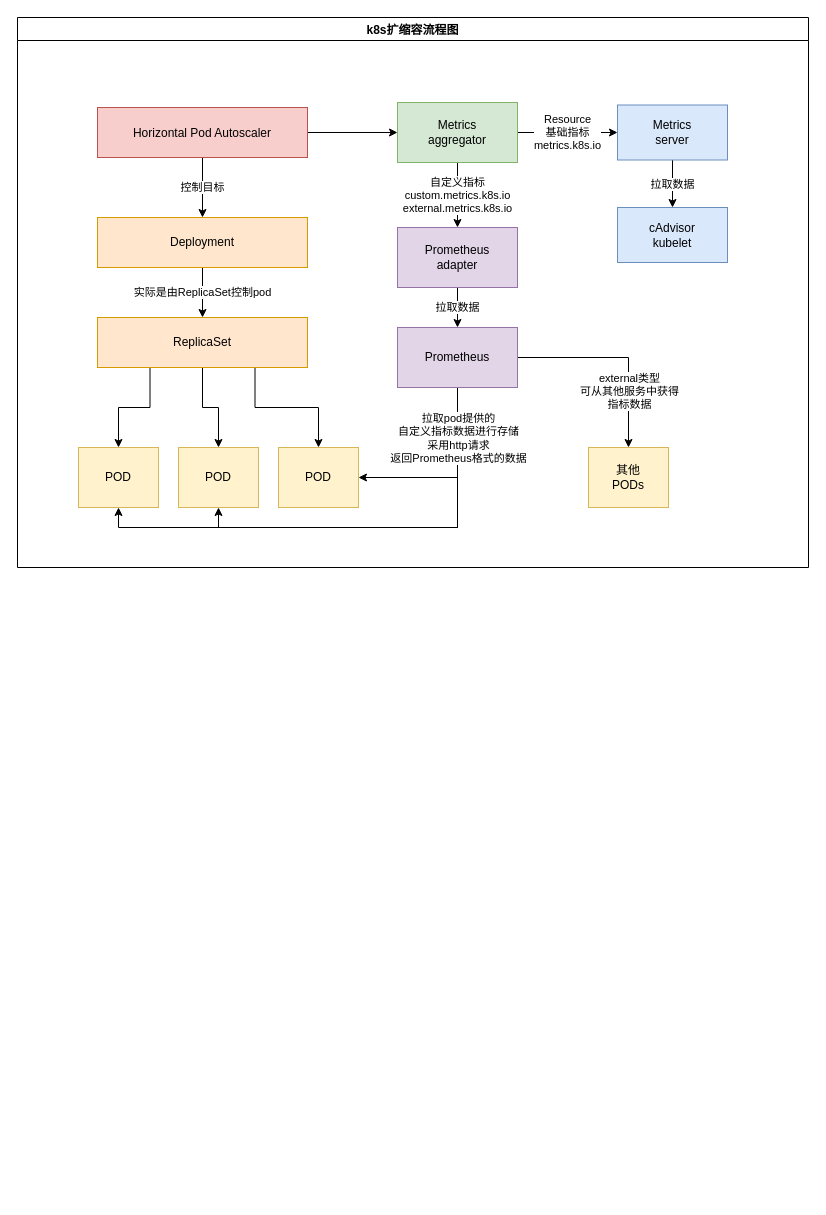
Sycjyy/myshare keeps this draw.io diagram as page "K8S-扩缩容" (6 of 6) of Untitled Diagram.drawio. Above is the earlier version. Source tidied: cells renumbered, new cells numbered last; positions are measured from the earlier drawing's top-left corner, leaving out a move shared by most shapes. Both pictures are drawn from the tidied source at 100%, with x=0, y=0 at pixel (17, 17).
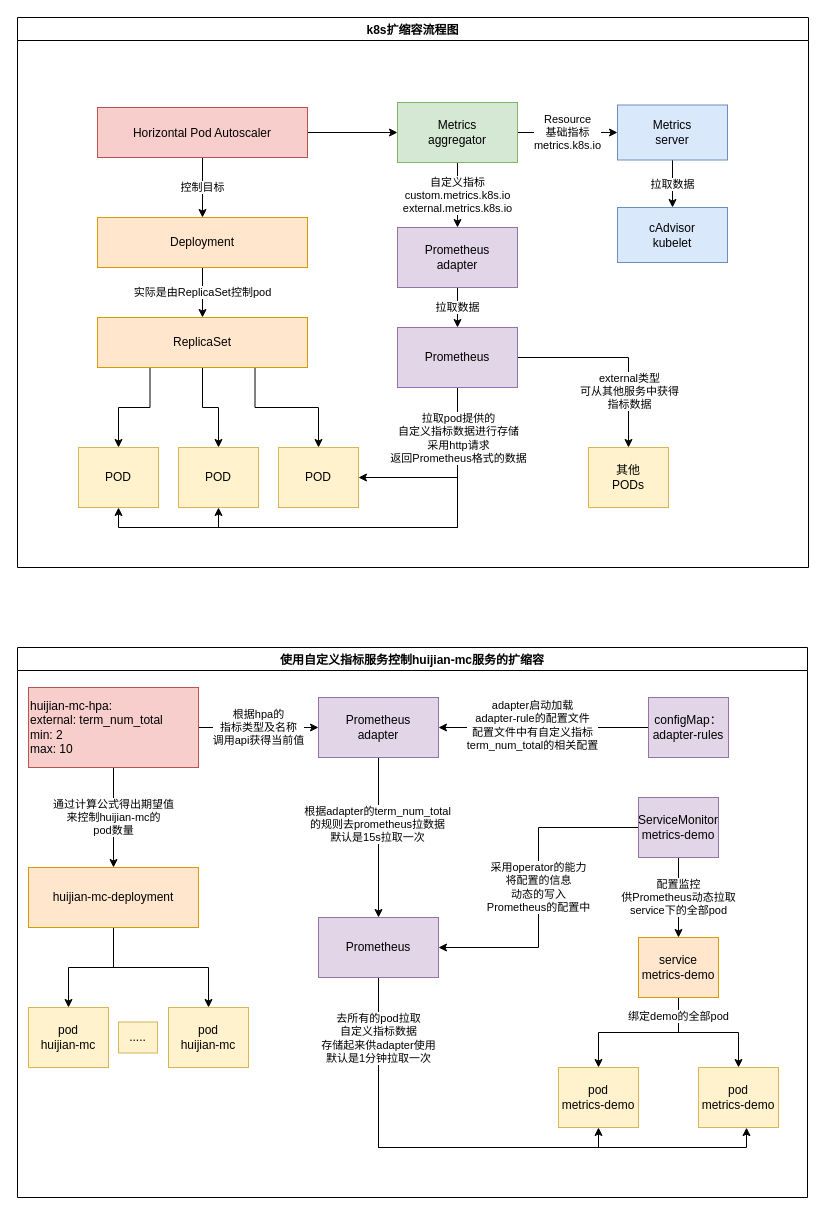
Above is the later version.

Change to the diagram source:
```diff
@@
+    <mxCell id="31" value="使用自定义指标服务控制huijian-mc服务的扩缩容" style="swimlane;" parent="1" vertex="1">
+      <mxGeometry y="630" width="790" height="550" as="geometry" />
+    </mxCell>
+    <mxCell id="32" value="通过计算公式得出期望值&lt;br&gt;来控制huijian-mc的&lt;br&gt;pod数量" style="edgeStyle=orthogonalEdgeStyle;rounded=0;jettySize=auto;html=1;exitX=0.5;exitY=1;exitDx=0;exitDy=0;entryX=0.5;entryY=0;entryDx=0;entryDy=0;" parent="31" edge="1" source="34" target="37">
+      <mxGeometry relative="1" as="geometry" />
+    </mxCell>
+    <mxCell id="33" value="根据hpa的&lt;br&gt;指标类型及名称&lt;br&gt;调用api获得当前值" style="edgeStyle=orthogonalEdgeStyle;rounded=0;jettySize=auto;html=1;exitX=1;exitY=0.5;exitDx=0;exitDy=0;entryX=0;entryY=0.5;entryDx=0;entryDy=0;" parent="31" edge="1" source="34" target="40">
+      <mxGeometry relative="1" as="geometry" />
+    </mxCell>
+    <mxCell id="34" value="huijian-mc-hpa:&lt;br&gt;external: term_num_total&lt;br&gt;min: 2&lt;br&gt;max: 10" style="rounded=0;whiteSpace=wrap;html=1;fillColor=#f8cecc;strokeColor=#b85450;align=left;" parent="31" vertex="1">
+      <mxGeometry x="11" y="40" width="170" height="80" as="geometry" />
+    </mxCell>
+    <mxCell id="35" style="edgeStyle=orthogonalEdgeStyle;rounded=0;jettySize=auto;html=1;exitX=0.5;exitY=1;exitDx=0;exitDy=0;" parent="31" edge="1" source="37" target="55">
+      <mxGeometry relative="1" as="geometry" />
+    </mxCell>
+    <mxCell id="36" style="edgeStyle=orthogonalEdgeStyle;rounded=0;jettySize=auto;html=1;exitX=0.5;exitY=1;exitDx=0;exitDy=0;" parent="31" edge="1" source="37" target="56">
+      <mxGeometry relative="1" as="geometry" />
+    </mxCell>
+    <mxCell id="37" value="huijian-mc-deployment" style="rounded=0;whiteSpace=wrap;html=1;fillColor=#ffe6cc;strokeColor=#d79b00;" parent="31" vertex="1">
+      <mxGeometry x="11" y="220" width="170" height="60" as="geometry" />
+    </mxCell>
+    <mxCell id="38" style="edgeStyle=orthogonalEdgeStyle;rounded=0;jettySize=auto;html=1;exitX=0.5;exitY=1;exitDx=0;exitDy=0;" parent="31" edge="1" source="40" target="43">
+      <mxGeometry relative="1" as="geometry" />
+    </mxCell>
+    <mxCell id="39" value="根据adapter的term_num_total&lt;br&gt;的规则去prometheus拉数据&lt;br&gt;默认是15s拉取一次" style="edgeLabel;html=1;align=center;verticalAlign=middle;" parent="38" vertex="1">
+      <mxGeometry x="-0.18" y="-2" relative="1" as="geometry" />
+    </mxCell>
+    <mxCell id="40" value="Prometheus&lt;br&gt;adapter" style="rounded=0;whiteSpace=wrap;html=1;fillColor=#e1d5e7;strokeColor=#9673a6;" parent="31" vertex="1">
+      <mxGeometry x="301" y="50" width="120" height="60" as="geometry" />
+    </mxCell>
+    <mxCell id="41" style="edgeStyle=orthogonalEdgeStyle;rounded=0;jettySize=auto;html=1;exitX=0.5;exitY=1;exitDx=0;exitDy=0;entryX=0.5;entryY=1;entryDx=0;entryDy=0;" parent="31" edge="1" source="43" target="47">
+      <mxGeometry relative="1" as="geometry" />
+    </mxCell>
+    <mxCell id="42" value="去所有的pod拉取&lt;br&gt;自定义指标数据&lt;br&gt;存储起来供adapter使用&lt;br&gt;默认是1分钟拉取一次" style="edgeStyle=orthogonalEdgeStyle;rounded=0;jettySize=auto;html=1;exitX=0.5;exitY=1;exitDx=0;exitDy=0;entryX=0.6;entryY=1.002;entryDx=0;entryDy=0;entryPerimeter=0;" parent="31" edge="1" source="43" target="48">
+      <mxGeometry x="-0.78" relative="1" as="geometry" />
+    </mxCell>
+    <mxCell id="43" value="Prometheus" style="rounded=0;whiteSpace=wrap;html=1;fillColor=#e1d5e7;strokeColor=#9673a6;" parent="31" vertex="1">
+      <mxGeometry x="301" y="270" width="120" height="60" as="geometry" />
+    </mxCell>
+    <mxCell id="44" style="edgeStyle=orthogonalEdgeStyle;rounded=0;jettySize=auto;html=1;exitX=0.5;exitY=1;exitDx=0;exitDy=0;entryX=0.5;entryY=0;entryDx=0;entryDy=0;" parent="31" edge="1" source="46" target="47">
+      <mxGeometry relative="1" as="geometry" />
+    </mxCell>
+    <mxCell id="45" value="绑定demo的全部pod" style="edgeStyle=orthogonalEdgeStyle;rounded=0;jettySize=auto;html=1;exitX=0.5;exitY=1;exitDx=0;exitDy=0;entryX=0.5;entryY=0;entryDx=0;entryDy=0;" parent="31" edge="1" source="46" target="48">
+      <mxGeometry x="-0.71" relative="1" as="geometry" />
+    </mxCell>
+    <mxCell id="46" value="service&lt;br&gt;metrics-demo" style="rounded=0;whiteSpace=wrap;html=1;fillColor=#ffe6cc;strokeColor=#d79b00;" parent="31" vertex="1">
+      <mxGeometry x="621" y="290" width="80" height="60" as="geometry" />
+    </mxCell>
+    <mxCell id="47" value="pod&lt;br&gt;metrics-demo" style="rounded=0;whiteSpace=wrap;html=1;fillColor=#fff2cc;strokeColor=#d6b656;" parent="31" vertex="1">
+      <mxGeometry x="541" y="420" width="80" height="60" as="geometry" />
+    </mxCell>
+    <mxCell id="48" value="pod&lt;br&gt;metrics-demo" style="rounded=0;whiteSpace=wrap;html=1;fillColor=#fff2cc;strokeColor=#d6b656;" parent="31" vertex="1">
+      <mxGeometry x="681" y="420" width="80" height="60" as="geometry" />
+    </mxCell>
+    <mxCell id="49" value="配置监控&lt;br&gt;供Prometheus动态拉取&lt;br&gt;service下的全部pod" style="edgeStyle=orthogonalEdgeStyle;rounded=0;jettySize=auto;html=1;exitX=0.5;exitY=1;exitDx=0;exitDy=0;" parent="31" edge="1" source="51" target="46">
+      <mxGeometry relative="1" as="geometry" />
+    </mxCell>
+    <mxCell id="50" value="采用operator的能力&lt;br&gt;将配置的信息&lt;br&gt;动态的写入&lt;br&gt;Prometheus的配置中" style="edgeStyle=orthogonalEdgeStyle;rounded=0;jettySize=auto;html=1;exitX=0;exitY=0.5;exitDx=0;exitDy=0;entryX=1;entryY=0.5;entryDx=0;entryDy=0;" parent="31" edge="1" source="51" target="43">
+      <mxGeometry relative="1" as="geometry" />
+    </mxCell>
+    <mxCell id="51" value="ServiceMonitor&lt;br&gt;metrics-demo" style="rounded=0;whiteSpace=wrap;html=1;fillColor=#e1d5e7;strokeColor=#9673a6;" parent="31" vertex="1">
+      <mxGeometry x="621" y="150" width="80" height="60" as="geometry" />
+    </mxCell>
+    <mxCell id="52" style="edgeStyle=orthogonalEdgeStyle;rounded=0;jettySize=auto;html=1;exitX=0;exitY=0.5;exitDx=0;exitDy=0;entryX=1;entryY=0.5;entryDx=0;entryDy=0;" parent="31" edge="1" source="54" target="40">
+      <mxGeometry relative="1" as="geometry" />
+    </mxCell>
+    <mxCell id="53" value="adapter启动加载&lt;br&gt;adapter-rule的配置文件&lt;br&gt;配置文件中有自定义指标&lt;br&gt;term_num_total的相关配置" style="edgeLabel;html=1;align=center;verticalAlign=middle;" parent="52" vertex="1">
+      <mxGeometry x="0.11" y="-3" relative="1" as="geometry" />
+    </mxCell>
+    <mxCell id="54" value="configMap：&lt;br&gt;adapter-rules" style="rounded=0;whiteSpace=wrap;html=1;fillColor=#e1d5e7;strokeColor=#9673a6;" parent="31" vertex="1">
+      <mxGeometry x="631" y="50" width="80" height="60" as="geometry" />
+    </mxCell>
+    <mxCell id="55" value="pod&lt;br&gt;huijian-mc" style="rounded=0;whiteSpace=wrap;html=1;fillColor=#fff2cc;strokeColor=#d6b656;" parent="31" vertex="1">
+      <mxGeometry x="11" y="360" width="80" height="60" as="geometry" />
+    </mxCell>
+    <mxCell id="56" value="pod&lt;br&gt;huijian-mc" style="rounded=0;whiteSpace=wrap;html=1;fillColor=#fff2cc;strokeColor=#d6b656;" parent="31" vertex="1">
+      <mxGeometry x="151" y="360" width="80" height="60" as="geometry" />
+    </mxCell>
+    <mxCell id="57" value="....." style="rounded=0;whiteSpace=wrap;html=1;fillColor=#fff2cc;strokeColor=#d6b656;" parent="31" vertex="1">
+      <mxGeometry x="101" y="374.5" width="39" height="31" as="geometry" />
+    </mxCell>
```
